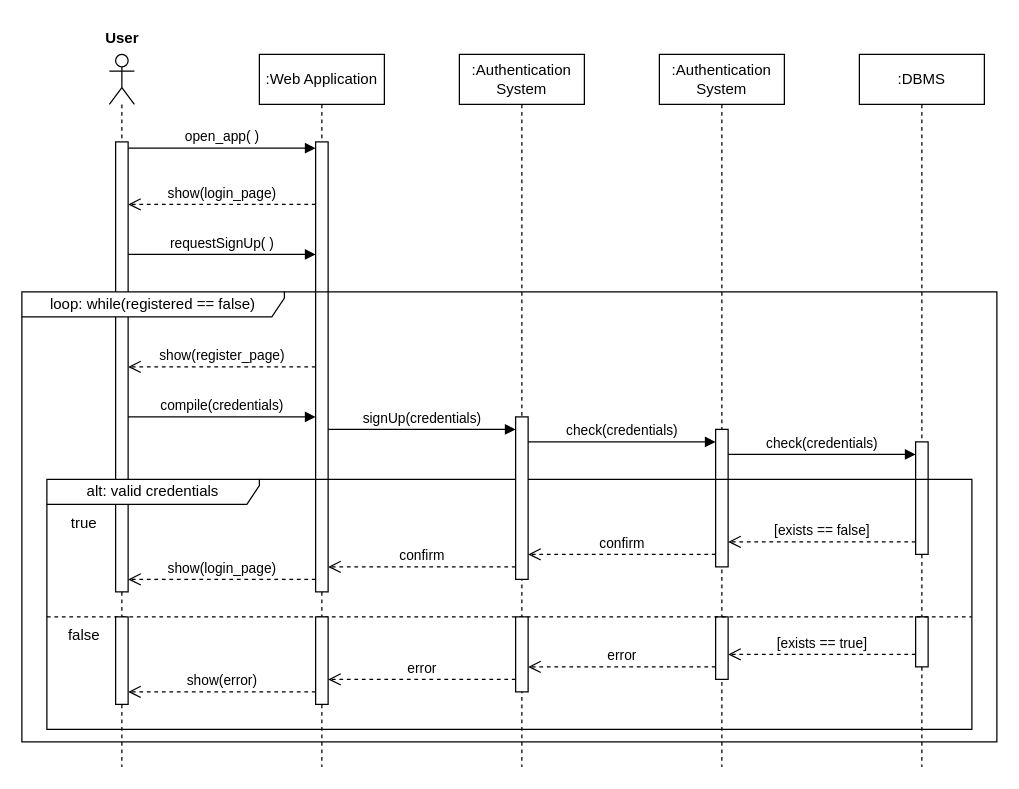
Before: DD/Misc/Seq2.drawio in Zero3474/AlkhetiarBonardi, a draw.io diagram. Source tidied: cells renumbered, new cells numbered last; positions are measured from the earlier drawing's top-left corner, leaving out a move shared by most shapes. Both pictures are drawn from the tidied source at 125%, with x=0, y=0 at pixel (21, 21).
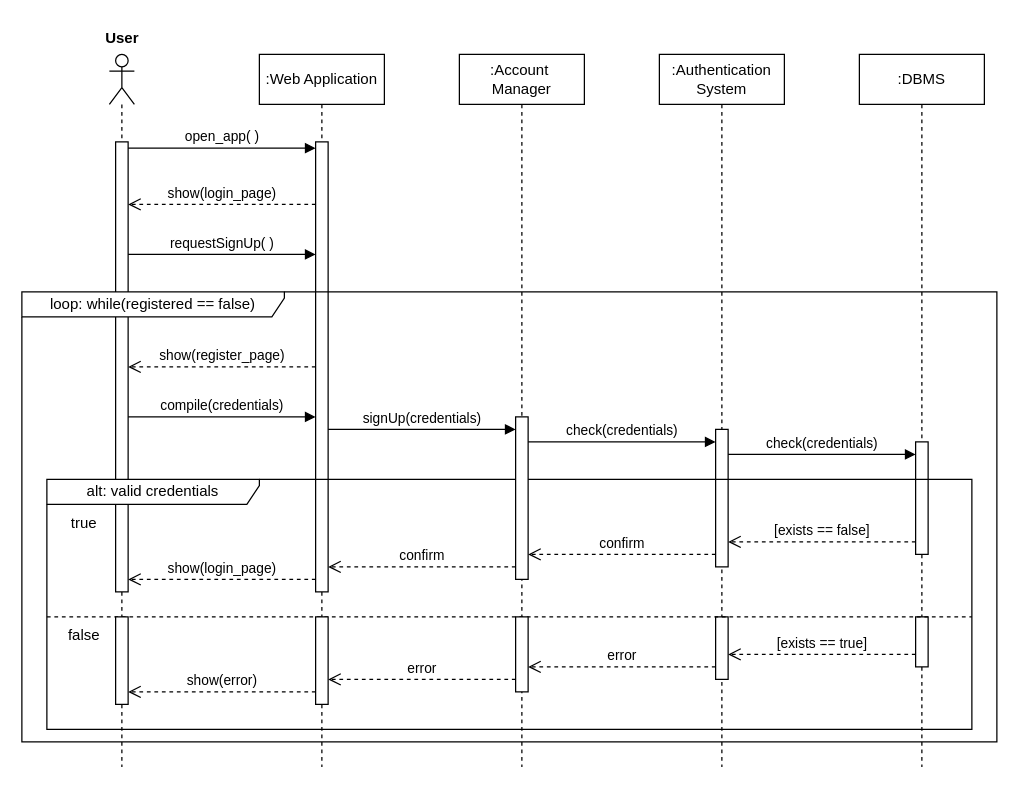
Above is the later version.

Diff of the diagram source:
```diff
@@
-    <mxCell id="31" value=":Authentication&lt;div&gt;System&lt;/div&gt;" style="shape=umlLifeline;perimeter=lifelinePerimeter;whiteSpace=wrap;html=1;newEdgeStyle={&quot;curved&quot;:0,&quot;rounded&quot;:0};" parent="1" vertex="1">
+    <mxCell id="31" value=":Account&amp;nbsp;&lt;div&gt;Manager&lt;/div&gt;" style="shape=umlLifeline;perimeter=lifelinePerimeter;whiteSpace=wrap;html=1;newEdgeStyle={&quot;curved&quot;:0,&quot;rounded&quot;:0};" parent="1" vertex="1">
       <mxGeometry x="350" y="26" width="100" height="570" as="geometry" />
     </mxCell>
```
